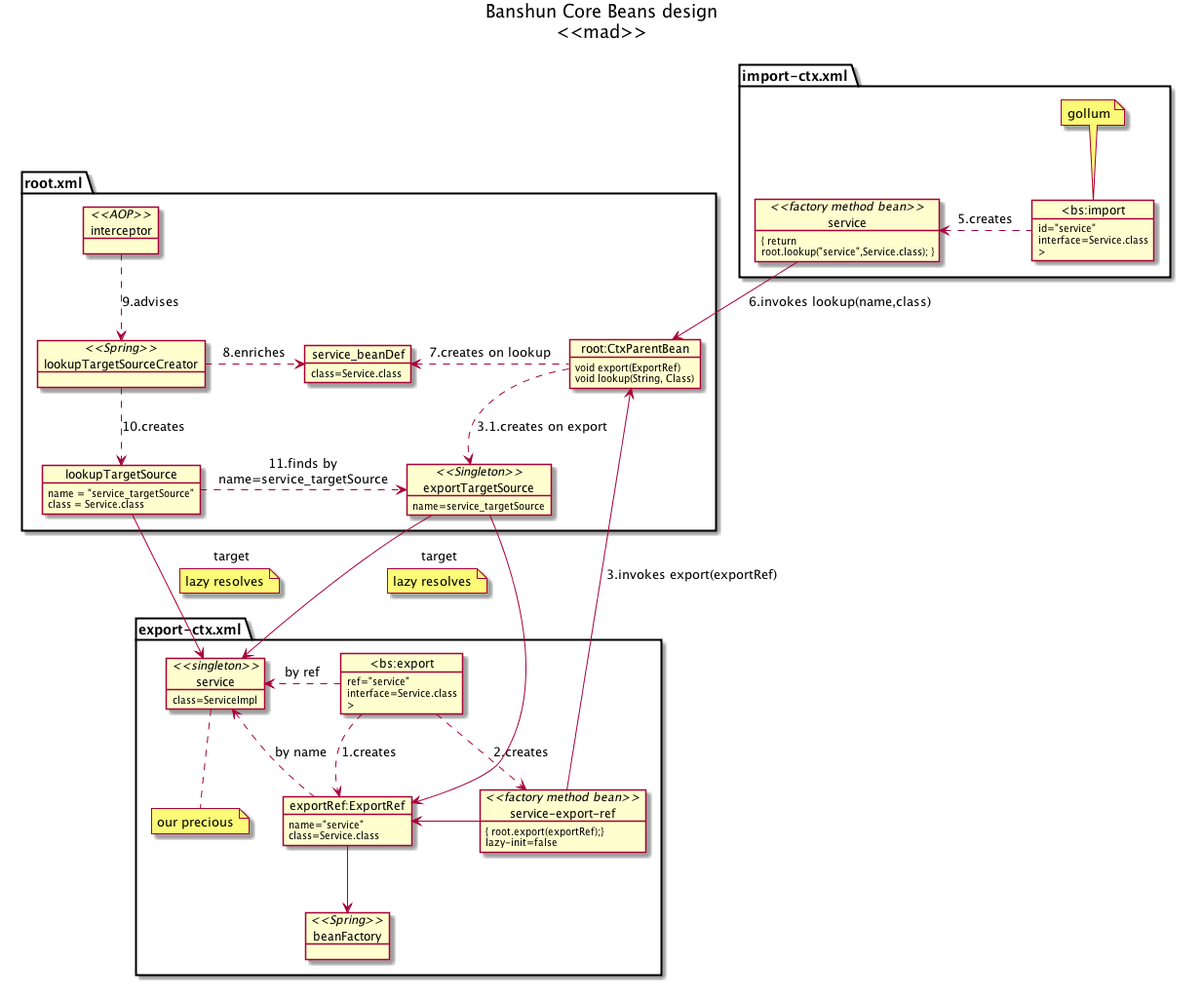
Above: banshun/core/src/main/doc/banshun-context-beans.png in griddynamics/banshun (PlantUML), before the change.
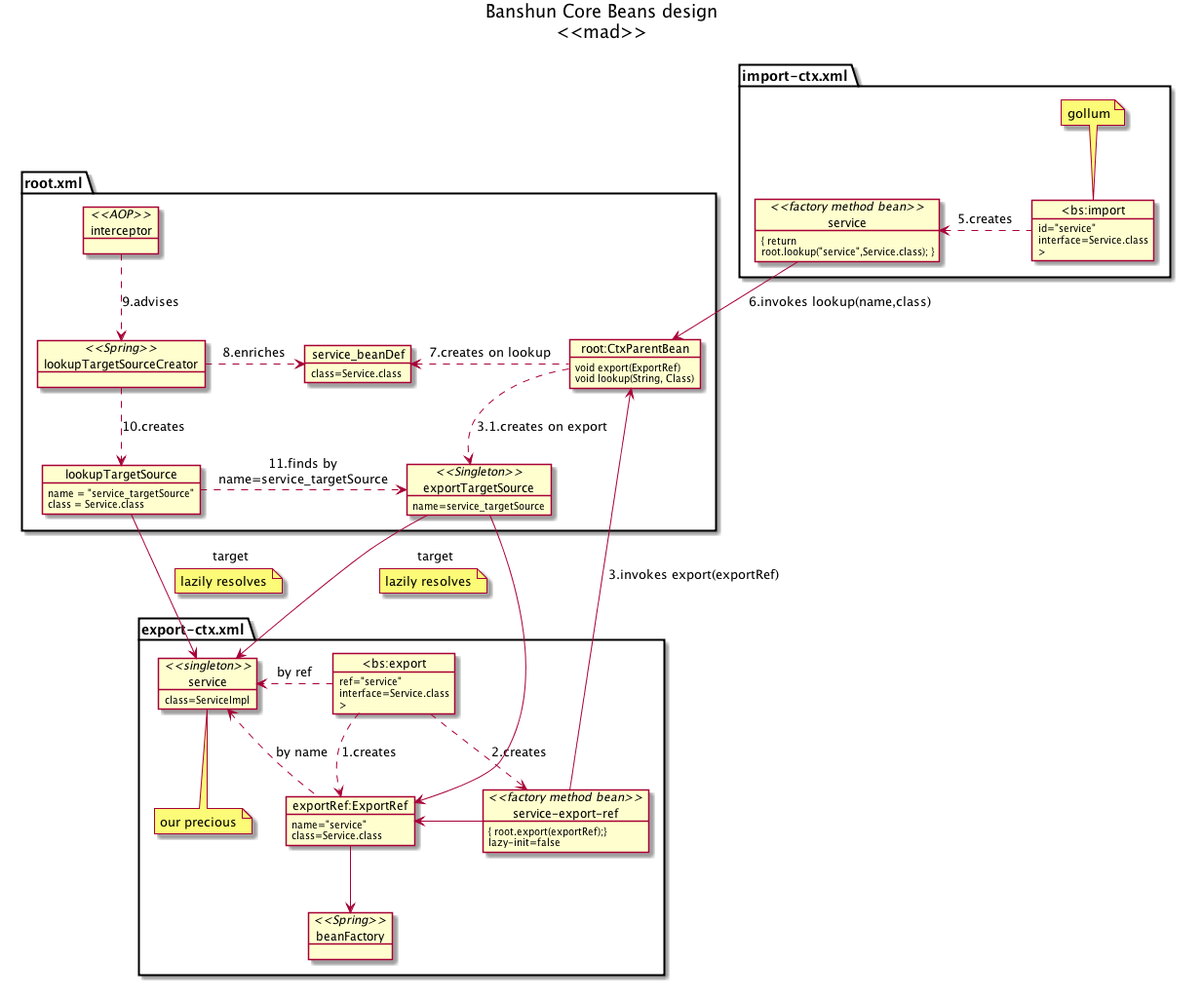
The same diagram one commit later.

Change to the diagram source:
```diff
@@ -74,14 +74,14 @@
   lookupTargetSource .> exportTargetSource  : 11.finds by\nname=service_targetSource
 
   lookupTargetSource -> service : target
-  note on link : lazy resolves
+  note on link : lazily resolves
 
   exportTargetSource -> exportRef
 
   root ..> exportTargetSource : 3.1.creates on export
 
   exportTargetSource -> service : target
-  note on link : lazy resolves
+  note on link : lazily resolves
 
 
   object interceptor <<AOP>>
```
